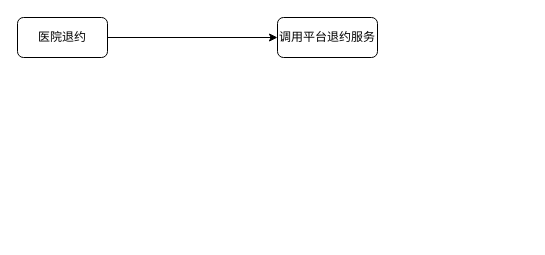
Before: 退约流程图.drawio in goylsf/image, a draw.io diagram. Source tidied: cells renumbered, new cells numbered last; positions are measured from the earlier drawing's top-left corner, leaving out a move shared by most shapes. Both pictures are drawn from the tidied source at 100%, with x=0, y=0 at pixel (17, 17).
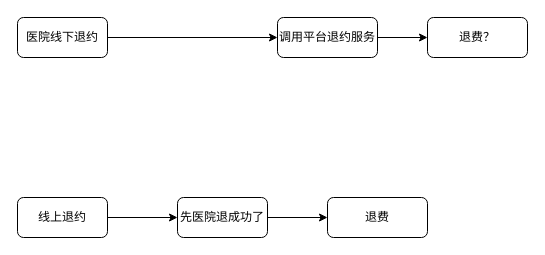
The same diagram, later.

Commit message (it also covers changes not shown here):
更新退约流程图.drawio

Change to the diagram source:
```diff
@@
 <mxGraphModel>
   <root>
     <mxCell id="0" />
     <mxCell id="1" parent="0" />
     <mxCell id="2" style="edgeStyle=orthogonalEdgeStyle;rounded=0;jettySize=auto;html=1;entryX=0;entryY=0.5;entryDx=0;entryDy=0;" parent="1" edge="1" source="3" target="4">
       <mxGeometry relative="1" as="geometry" />
     </mxCell>
-    <mxCell id="3" value="医院退约" style="rounded=1;whiteSpace=wrap;html=1;" parent="1" vertex="1">
+    <mxCell id="3" value="医院线下退约" style="rounded=1;whiteSpace=wrap;html=1;" parent="1" vertex="1">
       <mxGeometry width="90" height="40" as="geometry" />
     </mxCell>
+    <mxCell id="5" style="edgeStyle=orthogonalEdgeStyle;rounded=0;jettySize=auto;html=1;" parent="1" edge="1" source="4" target="11">
+      <mxGeometry relative="1" as="geometry" />
+    </mxCell>
     <mxCell id="4" value="调用平台退约服务" style="rounded=1;whiteSpace=wrap;html=1;" parent="1" vertex="1">
       <mxGeometry x="260" width="100" height="40" as="geometry" />
     </mxCell>
+    <mxCell id="6" style="edgeStyle=orthogonalEdgeStyle;rounded=0;jettySize=auto;html=1;entryX=0;entryY=0.5;entryDx=0;entryDy=0;" parent="1" edge="1" source="7" target="10">
+      <mxGeometry relative="1" as="geometry" />
+    </mxCell>
+    <mxCell id="7" value="线上退约" style="rounded=1;whiteSpace=wrap;html=1;" parent="1" vertex="1">
+      <mxGeometry y="180" width="90" height="40" as="geometry" />
+    </mxCell>
+    <mxCell id="8" value="退费" style="rounded=1;whiteSpace=wrap;html=1;" parent="1" vertex="1">
+      <mxGeometry x="310" y="180" width="100" height="40" as="geometry" />
+    </mxCell>
+    <mxCell id="9" style="edgeStyle=orthogonalEdgeStyle;rounded=0;jettySize=auto;html=1;" parent="1" edge="1" source="10" target="8">
+      <mxGeometry relative="1" as="geometry" />
+    </mxCell>
+    <mxCell id="10" value="先医院退成功了" style="rounded=1;whiteSpace=wrap;html=1;" parent="1" vertex="1">
+      <mxGeometry x="160" y="180" width="90" height="40" as="geometry" />
+    </mxCell>
+    <mxCell id="11" value="退费？" style="rounded=1;whiteSpace=wrap;html=1;" parent="1" vertex="1">
+      <mxGeometry x="410" width="100" height="40" as="geometry" />
+    </mxCell>
   </root>
 </mxGraphModel>
```
